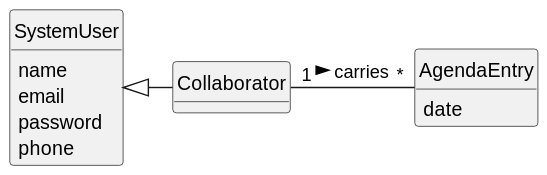
Earlier version of the PlantUML export docs/sprintC/us028/02.analysis/svg/us028-domain-model.svg (Departamento-de-Engenharia-Informatica/lei-24-s2-1do-g164). Its diagram source:
```plantuml
@startuml
skinparam monochrome true
skinparam packageStyle rectangle
skinparam shadowing false



skinparam classAttributeIconSize 0

hide circle
hide methods


class SystemUser {
    name
    email
    password
    phone

}
class Collaborator {

}



class AgendaEntry {

    date
}




Collaborator "1" - "*" AgendaEntry:   carries  >
SystemUser <|- Collaborator
@enduml
```
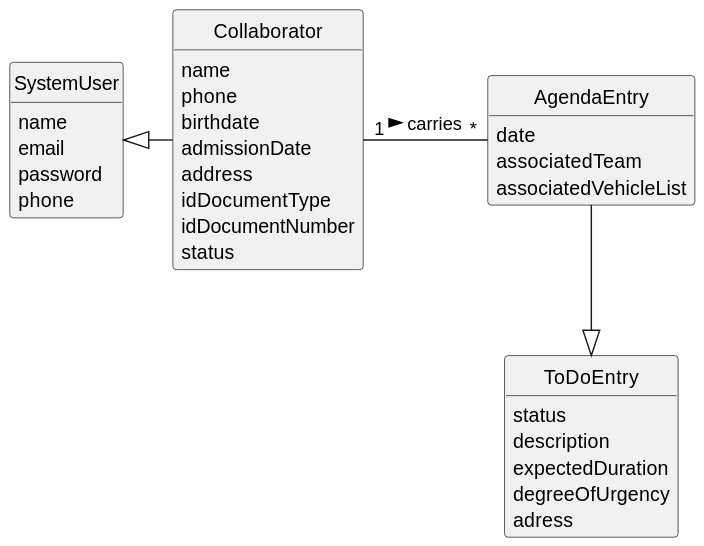
After the commit.

What changed in the source:
```diff
@@ -19,19 +19,33 @@
 
 }
 class Collaborator {
-
+    name
+    phone
+    birthdate
+    admissionDate
+    address
+    idDocumentType
+    idDocumentNumber
+    status
 }
 
 
-
 class AgendaEntry {
-
     date
+    associatedTeam
+    associatedVehicleList
 }
-
+class ToDoEntry {
+        status
+        description
+        expectedDuration
+        degreeOfUrgency
+        adress
+}
 
 
 
 Collaborator "1" - "*" AgendaEntry:   carries  >
 SystemUser <|- Collaborator
+AgendaEntry --|> ToDoEntry
 @enduml
```
